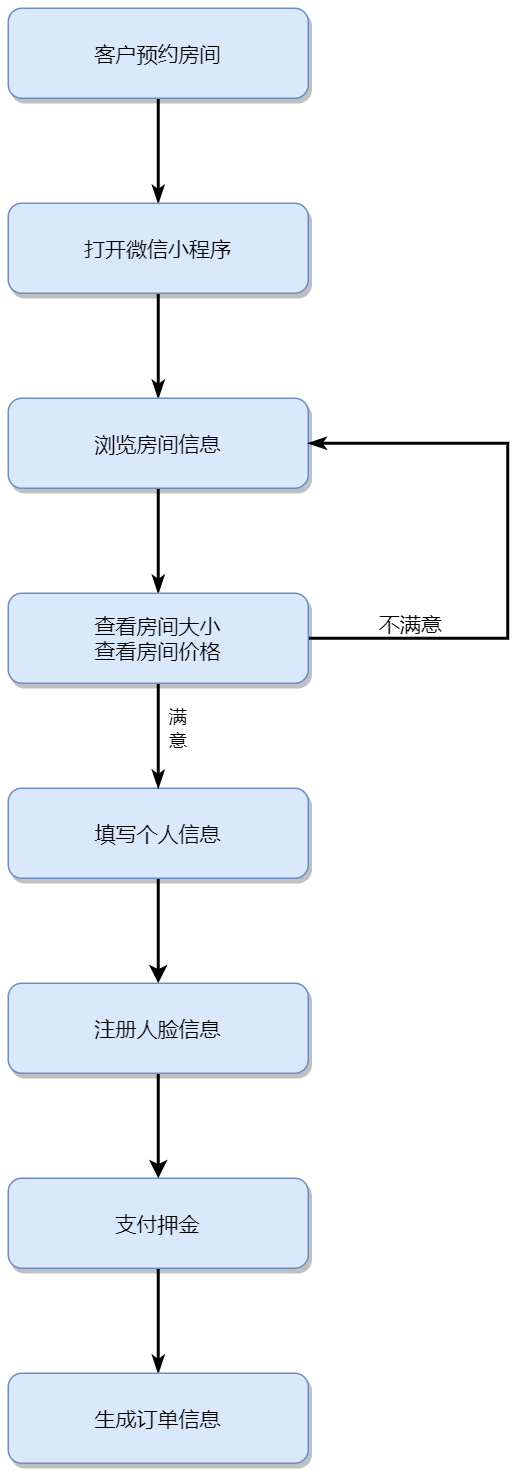
The draw.io diagram docs/src/客户预订.png in AndSonder/smart-hotel-database, before a commit. Source tidied: cells renumbered, new cells last; positions are measured from the earlier drawing's top-left corner, leaving out a move shared by most shapes. Source of this version:
```xml
<mxGraphModel>
  <root>
    <mxCell id="0" />
    <mxCell id="1" parent="0" />
    <mxCell id="2" style="edgeStyle=none;rounded=0;jettySize=auto;html=1;exitX=0.5;exitY=1;exitDx=0;exitDy=0;startArrow=none;startFill=0;endArrow=classicThin;endFill=1;strokeColor=#000000;strokeWidth=2;" parent="1" edge="1" source="3" target="5">
      <mxGeometry relative="1" as="geometry" />
    </mxCell>
    <mxCell id="3" value="客户预约房间" style="rounded=1;fillColor=#dae8fc;strokeColor=#6c8ebf;shadow=1;fontStyle=0;fontSize=14;" parent="1" vertex="1">
      <mxGeometry width="200" height="60" as="geometry" />
    </mxCell>
    <mxCell id="4" style="edgeStyle=none;rounded=0;jettySize=auto;html=1;exitX=0.5;exitY=1;exitDx=0;exitDy=0;startArrow=none;startFill=0;endArrow=classicThin;endFill=1;strokeColor=#000000;strokeWidth=2;" parent="1" edge="1" source="5" target="7">
      <mxGeometry relative="1" as="geometry" />
    </mxCell>
    <mxCell id="5" value="打开微信小程序" style="rounded=1;fillColor=#dae8fc;strokeColor=#6c8ebf;shadow=1;fontStyle=0;fontSize=14;" parent="1" vertex="1">
      <mxGeometry y="130" width="200" height="60" as="geometry" />
    </mxCell>
    <mxCell id="6" style="edgeStyle=orthogonalEdgeStyle;rounded=0;jettySize=auto;html=1;exitX=0.5;exitY=1;exitDx=0;exitDy=0;entryX=0.5;entryY=0;entryDx=0;entryDy=0;startArrow=none;startFill=0;endArrow=classicThin;endFill=1;strokeColor=#000000;strokeWidth=2;" parent="1" edge="1" source="7" target="15">
      <mxGeometry relative="1" as="geometry" />
    </mxCell>
    <mxCell id="7" value="浏览房间信息" style="rounded=1;fillColor=#dae8fc;strokeColor=#6c8ebf;shadow=1;fontStyle=0;fontSize=14;" parent="1" vertex="1">
      <mxGeometry y="260" width="200" height="60" as="geometry" />
    </mxCell>
    <mxCell id="8" style="edgeStyle=orthogonalEdgeStyle;rounded=0;jettySize=auto;html=1;exitX=0.5;exitY=1;exitDx=0;exitDy=0;strokeWidth=2;" parent="1" edge="1" source="9" target="19">
      <mxGeometry relative="1" as="geometry" />
    </mxCell>
    <mxCell id="9" value="填写个人信息" style="rounded=1;fillColor=#dae8fc;strokeColor=#6c8ebf;shadow=1;fontStyle=0;fontSize=14;" parent="1" vertex="1">
      <mxGeometry y="520" width="200" height="60" as="geometry" />
    </mxCell>
    <mxCell id="10" style="edgeStyle=orthogonalEdgeStyle;rounded=0;jettySize=auto;html=1;exitX=0.5;exitY=1;exitDx=0;exitDy=0;startArrow=none;startFill=0;endArrow=classicThin;endFill=1;strokeColor=#000000;strokeWidth=2;" parent="1" edge="1" source="11" target="12">
      <mxGeometry relative="1" as="geometry" />
    </mxCell>
    <mxCell id="11" value="支付押金" style="rounded=1;fillColor=#dae8fc;strokeColor=#6c8ebf;shadow=1;fontStyle=0;fontSize=14;" parent="1" vertex="1">
      <mxGeometry y="780" width="200" height="60" as="geometry" />
    </mxCell>
    <mxCell id="12" value="生成订单信息" style="rounded=1;fillColor=#dae8fc;strokeColor=#6c8ebf;shadow=1;fontStyle=0;fontSize=14;" parent="1" vertex="1">
      <mxGeometry y="910" width="200" height="60" as="geometry" />
    </mxCell>
    <mxCell id="13" style="edgeStyle=orthogonalEdgeStyle;rounded=0;jettySize=auto;html=1;exitX=0.5;exitY=1;exitDx=0;exitDy=0;startArrow=none;startFill=0;endArrow=classicThin;endFill=1;strokeColor=#000000;strokeWidth=2;" parent="1" edge="1" source="15" target="9">
      <mxGeometry relative="1" as="geometry" />
    </mxCell>
    <mxCell id="14" style="edgeStyle=orthogonalEdgeStyle;rounded=0;jettySize=auto;html=1;exitX=1;exitY=0.5;exitDx=0;exitDy=0;entryX=1;entryY=0.5;entryDx=0;entryDy=0;startArrow=none;startFill=0;endArrow=classicThin;endFill=1;strokeColor=#000000;strokeWidth=2;" parent="1" edge="1" source="15" target="7">
      <mxGeometry relative="1" as="geometry">
        <Array as="points">
          <mxPoint x="333" y="420" />
          <mxPoint x="333" y="290" />
        </Array>
      </mxGeometry>
    </mxCell>
    <mxCell id="15" value="查看房间大小&#10;查看房间价格" style="rounded=1;fillColor=#dae8fc;strokeColor=#6c8ebf;shadow=1;fontStyle=0;fontSize=14;" parent="1" vertex="1">
      <mxGeometry y="390" width="200" height="60" as="geometry" />
    </mxCell>
    <mxCell id="16" value="&lt;font style=&quot;font-size: 14px&quot;&gt;不满意&lt;/font&gt;" style="text;html=1;align=center;verticalAlign=middle;strokeColor=none;" parent="1" vertex="1">
      <mxGeometry x="238" y="400" width="60" height="20" as="geometry" />
    </mxCell>
    <mxCell id="17" value="满&lt;br style=&quot;font-size: 14px&quot;&gt;意" style="text;html=1;align=center;verticalAlign=middle;strokeColor=none;" parent="1" vertex="1">
      <mxGeometry x="98" y="465" width="30" height="30" as="geometry" />
    </mxCell>
    <mxCell id="18" style="edgeStyle=orthogonalEdgeStyle;rounded=0;jettySize=auto;html=1;exitX=0.5;exitY=1;exitDx=0;exitDy=0;strokeWidth=2;" parent="1" edge="1" source="19" target="11">
      <mxGeometry relative="1" as="geometry" />
    </mxCell>
    <mxCell id="19" value="注册人脸信息" style="rounded=1;fillColor=#dae8fc;strokeColor=#6c8ebf;shadow=1;fontStyle=0;fontSize=14;" parent="1" vertex="1">
      <mxGeometry y="650" width="200" height="60" as="geometry" />
    </mxCell>
  </root>
</mxGraphModel>
```
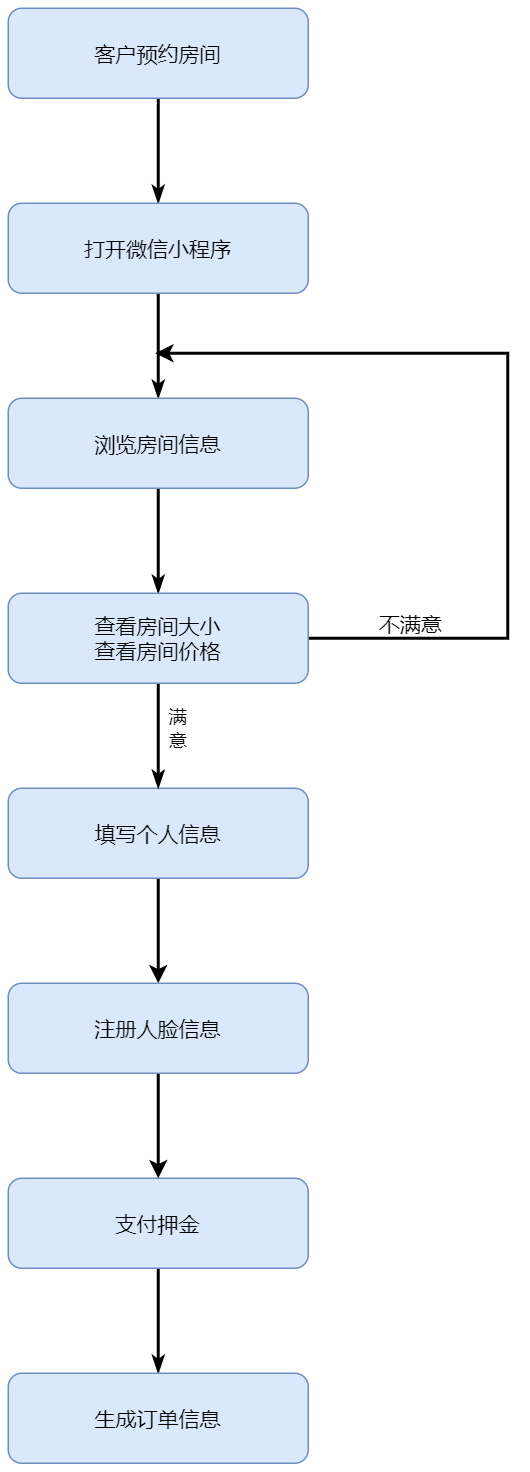
After the change.

Change to the diagram source:
```diff
@@ -2,63 +2,66 @@
   <root>
     <mxCell id="0" />
     <mxCell id="1" parent="0" />
-    <mxCell id="2" style="edgeStyle=none;rounded=0;jettySize=auto;html=1;exitX=0.5;exitY=1;exitDx=0;exitDy=0;startArrow=none;startFill=0;endArrow=classicThin;endFill=1;strokeColor=#000000;strokeWidth=2;" parent="1" edge="1" source="3" target="5">
+    <mxCell id="2" style="edgeStyle=none;rounded=0;jettySize=auto;html=1;exitX=0.5;exitY=1;exitDx=0;exitDy=0;startArrow=none;startFill=0;endArrow=classicThin;endFill=1;strokeColor=#000000;strokeWidth=2;shadow=0;" parent="1" edge="1" source="3" target="5">
       <mxGeometry relative="1" as="geometry" />
     </mxCell>
-    <mxCell id="3" value="客户预约房间" style="rounded=1;fillColor=#dae8fc;strokeColor=#6c8ebf;shadow=1;fontStyle=0;fontSize=14;" parent="1" vertex="1">
+    <mxCell id="3" value="客户预约房间" style="rounded=1;fillColor=#dae8fc;strokeColor=#6c8ebf;shadow=0;fontStyle=0;fontSize=14;" parent="1" vertex="1">
       <mxGeometry width="200" height="60" as="geometry" />
     </mxCell>
-    <mxCell id="4" style="edgeStyle=none;rounded=0;jettySize=auto;html=1;exitX=0.5;exitY=1;exitDx=0;exitDy=0;startArrow=none;startFill=0;endArrow=classicThin;endFill=1;strokeColor=#000000;strokeWidth=2;" parent="1" edge="1" source="5" target="7">
+    <mxCell id="4" style="edgeStyle=none;rounded=0;jettySize=auto;html=1;exitX=0.5;exitY=1;exitDx=0;exitDy=0;startArrow=none;startFill=0;endArrow=classicThin;endFill=1;strokeColor=#000000;strokeWidth=2;shadow=0;" parent="1" edge="1" source="5" target="7">
       <mxGeometry relative="1" as="geometry" />
     </mxCell>
-    <mxCell id="5" value="打开微信小程序" style="rounded=1;fillColor=#dae8fc;strokeColor=#6c8ebf;shadow=1;fontStyle=0;fontSize=14;" parent="1" vertex="1">
+    <mxCell id="5" value="打开微信小程序" style="rounded=1;fillColor=#dae8fc;strokeColor=#6c8ebf;shadow=0;fontStyle=0;fontSize=14;" parent="1" vertex="1">
       <mxGeometry y="130" width="200" height="60" as="geometry" />
     </mxCell>
-    <mxCell id="6" style="edgeStyle=orthogonalEdgeStyle;rounded=0;jettySize=auto;html=1;exitX=0.5;exitY=1;exitDx=0;exitDy=0;entryX=0.5;entryY=0;entryDx=0;entryDy=0;startArrow=none;startFill=0;endArrow=classicThin;endFill=1;strokeColor=#000000;strokeWidth=2;" parent="1" edge="1" source="7" target="15">
+    <mxCell id="6" style="edgeStyle=orthogonalEdgeStyle;rounded=0;jettySize=auto;html=1;exitX=0.5;exitY=1;exitDx=0;exitDy=0;entryX=0.5;entryY=0;entryDx=0;entryDy=0;startArrow=none;startFill=0;endArrow=classicThin;endFill=1;strokeColor=#000000;strokeWidth=2;shadow=0;" parent="1" edge="1" source="7" target="15">
       <mxGeometry relative="1" as="geometry" />
     </mxCell>
-    <mxCell id="7" value="浏览房间信息" style="rounded=1;fillColor=#dae8fc;strokeColor=#6c8ebf;shadow=1;fontStyle=0;fontSize=14;" parent="1" vertex="1">
+    <mxCell id="7" value="浏览房间信息" style="rounded=1;fillColor=#dae8fc;strokeColor=#6c8ebf;shadow=0;fontStyle=0;fontSize=14;" parent="1" vertex="1">
       <mxGeometry y="260" width="200" height="60" as="geometry" />
     </mxCell>
-    <mxCell id="8" style="edgeStyle=orthogonalEdgeStyle;rounded=0;jettySize=auto;html=1;exitX=0.5;exitY=1;exitDx=0;exitDy=0;strokeWidth=2;" parent="1" edge="1" source="9" target="19">
+    <mxCell id="8" style="edgeStyle=orthogonalEdgeStyle;rounded=0;jettySize=auto;html=1;exitX=0.5;exitY=1;exitDx=0;exitDy=0;strokeWidth=2;shadow=0;" parent="1" edge="1" source="9" target="19">
       <mxGeometry relative="1" as="geometry" />
     </mxCell>
-    <mxCell id="9" value="填写个人信息" style="rounded=1;fillColor=#dae8fc;strokeColor=#6c8ebf;shadow=1;fontStyle=0;fontSize=14;" parent="1" vertex="1">
+    <mxCell id="9" value="填写个人信息" style="rounded=1;fillColor=#dae8fc;strokeColor=#6c8ebf;shadow=0;fontStyle=0;fontSize=14;" parent="1" vertex="1">
       <mxGeometry y="520" width="200" height="60" as="geometry" />
     </mxCell>
-    <mxCell id="10" style="edgeStyle=orthogonalEdgeStyle;rounded=0;jettySize=auto;html=1;exitX=0.5;exitY=1;exitDx=0;exitDy=0;startArrow=none;startFill=0;endArrow=classicThin;endFill=1;strokeColor=#000000;strokeWidth=2;" parent="1" edge="1" source="11" target="12">
+    <mxCell id="10" style="edgeStyle=orthogonalEdgeStyle;rounded=0;jettySize=auto;html=1;exitX=0.5;exitY=1;exitDx=0;exitDy=0;startArrow=none;startFill=0;endArrow=classicThin;endFill=1;strokeColor=#000000;strokeWidth=2;shadow=0;" parent="1" edge="1" source="11" target="12">
       <mxGeometry relative="1" as="geometry" />
     </mxCell>
-    <mxCell id="11" value="支付押金" style="rounded=1;fillColor=#dae8fc;strokeColor=#6c8ebf;shadow=1;fontStyle=0;fontSize=14;" parent="1" vertex="1">
+    <mxCell id="11" value="支付押金" style="rounded=1;fillColor=#dae8fc;strokeColor=#6c8ebf;shadow=0;fontStyle=0;fontSize=14;" parent="1" vertex="1">
       <mxGeometry y="780" width="200" height="60" as="geometry" />
     </mxCell>
-    <mxCell id="12" value="生成订单信息" style="rounded=1;fillColor=#dae8fc;strokeColor=#6c8ebf;shadow=1;fontStyle=0;fontSize=14;" parent="1" vertex="1">
+    <mxCell id="12" value="生成订单信息" style="rounded=1;fillColor=#dae8fc;strokeColor=#6c8ebf;shadow=0;fontStyle=0;fontSize=14;" parent="1" vertex="1">
       <mxGeometry y="910" width="200" height="60" as="geometry" />
     </mxCell>
-    <mxCell id="13" style="edgeStyle=orthogonalEdgeStyle;rounded=0;jettySize=auto;html=1;exitX=0.5;exitY=1;exitDx=0;exitDy=0;startArrow=none;startFill=0;endArrow=classicThin;endFill=1;strokeColor=#000000;strokeWidth=2;" parent="1" edge="1" source="15" target="9">
+    <mxCell id="13" style="edgeStyle=orthogonalEdgeStyle;rounded=0;jettySize=auto;html=1;exitX=0.5;exitY=1;exitDx=0;exitDy=0;startArrow=none;startFill=0;endArrow=classicThin;endFill=1;strokeColor=#000000;strokeWidth=2;shadow=0;" parent="1" edge="1" source="15" target="9">
       <mxGeometry relative="1" as="geometry" />
     </mxCell>
-    <mxCell id="14" style="edgeStyle=orthogonalEdgeStyle;rounded=0;jettySize=auto;html=1;exitX=1;exitY=0.5;exitDx=0;exitDy=0;entryX=1;entryY=0.5;entryDx=0;entryDy=0;startArrow=none;startFill=0;endArrow=classicThin;endFill=1;strokeColor=#000000;strokeWidth=2;" parent="1" edge="1" source="15" target="7">
-      <mxGeometry relative="1" as="geometry">
-        <Array as="points">
-          <mxPoint x="333" y="420" />
-          <mxPoint x="333" y="290" />
-        </Array>
-      </mxGeometry>
-    </mxCell>
+    <mxCell id="20" style="edgeStyle=elbowEdgeStyle;rounded=0;jettySize=auto;html=1;exitX=1;exitY=0.5;exitDx=0;exitDy=0;entryX=1;entryY=0.5;entryDx=0;entryDy=0;shadow=0;strokeWidth=2;" parent="1" edge="1" source="15">
+      <mxGeometry relative="1" as="geometry">
+        <mxPoint x="98" y="230" as="targetPoint" />
+        <Array as="points">
+          <mxPoint x="333" y="320" />
+          <mxPoint x="343" y="320" />
+          <mxPoint x="363" y="320" />
+          <mxPoint x="213" y="330" />
+        </Array>
+      </mxGeometry>
+    </mxCell>
-    <mxCell id="15" value="查看房间大小&#10;查看房间价格" style="rounded=1;fillColor=#dae8fc;strokeColor=#6c8ebf;shadow=1;fontStyle=0;fontSize=14;" parent="1" vertex="1">
+    <mxCell id="15" value="查看房间大小&#10;查看房间价格" style="rounded=1;fillColor=#dae8fc;strokeColor=#6c8ebf;shadow=0;fontStyle=0;fontSize=14;" parent="1" vertex="1">
       <mxGeometry y="390" width="200" height="60" as="geometry" />
     </mxCell>
-    <mxCell id="16" value="&lt;font style=&quot;font-size: 14px&quot;&gt;不满意&lt;/font&gt;" style="text;html=1;align=center;verticalAlign=middle;strokeColor=none;" parent="1" vertex="1">
+    <mxCell id="16" value="&lt;font style=&quot;font-size: 14px&quot;&gt;不满意&lt;/font&gt;" style="text;html=1;align=center;verticalAlign=middle;strokeColor=none;shadow=0;" parent="1" vertex="1">
       <mxGeometry x="238" y="400" width="60" height="20" as="geometry" />
     </mxCell>
-    <mxCell id="17" value="满&lt;br style=&quot;font-size: 14px&quot;&gt;意" style="text;html=1;align=center;verticalAlign=middle;strokeColor=none;" parent="1" vertex="1">
+    <mxCell id="17" value="满&lt;br style=&quot;font-size: 14px&quot;&gt;意" style="text;html=1;align=center;verticalAlign=middle;strokeColor=none;shadow=0;" parent="1" vertex="1">
       <mxGeometry x="98" y="465" width="30" height="30" as="geometry" />
     </mxCell>
-    <mxCell id="18" style="edgeStyle=orthogonalEdgeStyle;rounded=0;jettySize=auto;html=1;exitX=0.5;exitY=1;exitDx=0;exitDy=0;strokeWidth=2;" parent="1" edge="1" source="19" target="11">
+    <mxCell id="18" style="edgeStyle=orthogonalEdgeStyle;rounded=0;jettySize=auto;html=1;exitX=0.5;exitY=1;exitDx=0;exitDy=0;strokeWidth=2;shadow=0;" parent="1" edge="1" source="19" target="11">
       <mxGeometry relative="1" as="geometry" />
     </mxCell>
-    <mxCell id="19" value="注册人脸信息" style="rounded=1;fillColor=#dae8fc;strokeColor=#6c8ebf;shadow=1;fontStyle=0;fontSize=14;" parent="1" vertex="1">
+    <mxCell id="19" value="注册人脸信息" style="rounded=1;fillColor=#dae8fc;strokeColor=#6c8ebf;shadow=0;fontStyle=0;fontSize=14;" parent="1" vertex="1">
       <mxGeometry y="650" width="200" height="60" as="geometry" />
     </mxCell>
   </root>
```
